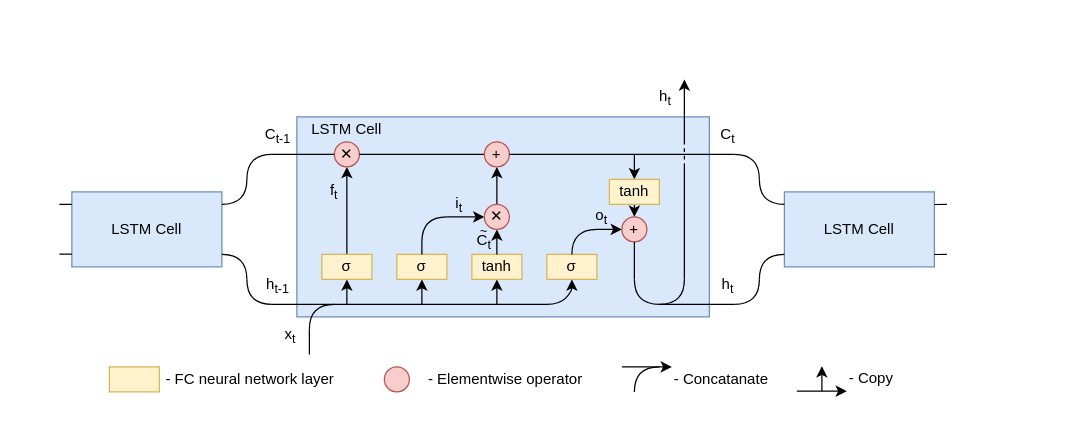
Before: text/Figures/solution/LSTM_diagram.drawio in PavelMandrla/diplomova_prace, a draw.io diagram. Source tidied: cells renumbered, new cells numbered last; positions are measured from the earlier drawing's top-left corner, leaving out a move shared by most shapes. Both pictures are drawn from the tidied source at 125%, with x=0, y=0 at pixel (59, 79).
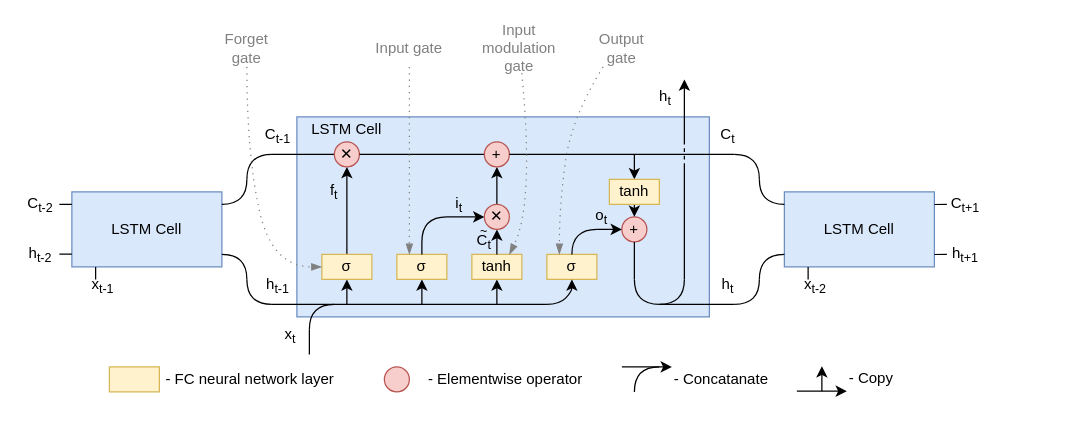
The same page after the edit.

Unchanged cells that the change refers to:
```xml
<mxCell id="6" value="σ" style="rounded=0;whiteSpace=wrap;html=1;fillColor=#fff2cc;strokeColor=#d6b656;" parent="1" vertex="1">
  <mxGeometry x="210" y="140" width="40" height="20" as="geometry" />
</mxCell>
<mxCell id="8" value="σ" style="rounded=0;whiteSpace=wrap;html=1;fillColor=#fff2cc;strokeColor=#d6b656;" parent="1" vertex="1">
  <mxGeometry x="270" y="140" width="40" height="20" as="geometry" />
</mxCell>
<mxCell id="10" value="tanh" style="rounded=0;whiteSpace=wrap;html=1;fillColor=#fff2cc;strokeColor=#d6b656;" parent="1" vertex="1">
  <mxGeometry x="330" y="140" width="40" height="20" as="geometry" />
</mxCell>
<mxCell id="19" value="σ" style="rounded=0;whiteSpace=wrap;html=1;fillColor=#fff2cc;strokeColor=#d6b656;" parent="1" vertex="1">
  <mxGeometry x="390" y="140" width="40" height="20" as="geometry" />
</mxCell>
```

Diff of the diagram source:
```diff
@@
     <mxCell id="64" value="- Concatanate" style="text;html=1;strokeColor=none;fillColor=none;align=left;verticalAlign=middle;whiteSpace=wrap;rounded=0;" parent="1" vertex="1">
-      <mxGeometry x="490" y="230" width="170" height="20" as="geometry" />
+      <mxGeometry x="490" y="230" width="90" height="20" as="geometry" />
     </mxCell>
@@
     <mxCell id="67" value="- Copy" style="text;html=1;strokeColor=none;fillColor=none;align=left;verticalAlign=middle;whiteSpace=wrap;rounded=0;" parent="1" vertex="1">
-      <mxGeometry x="630" y="229.4" width="170" height="20" as="geometry" />
+      <mxGeometry x="630" y="229.4" width="50" height="20" as="geometry" />
     </mxCell>
@@
+    <mxCell id="75" value="&lt;div&gt;x&lt;sub&gt;t-1&lt;/sub&gt;&lt;/div&gt;" style="text;html=1;strokeColor=none;fillColor=none;align=center;verticalAlign=middle;whiteSpace=wrap;rounded=0;" parent="1" vertex="1">
+      <mxGeometry x="20" y="155" width="30" height="20" as="geometry" />
+    </mxCell>
+    <mxCell id="76" style="endArrow=none;html=1;rounded=0;" parent="1" edge="1">
+      <mxGeometry relative="1" as="geometry">
+        <mxPoint x="29" y="160" as="sourcePoint" />
+        <mxPoint x="29" y="150" as="targetPoint" />
+      </mxGeometry>
+    </mxCell>
+    <mxCell id="77" value="&lt;div&gt;h&lt;sub&gt;t+1&lt;/sub&gt;&lt;/div&gt;" style="text;html=1;strokeColor=none;fillColor=none;align=center;verticalAlign=middle;whiteSpace=wrap;rounded=0;" parent="1" vertex="1">
+      <mxGeometry x="710" y="125" width="30" height="30" as="geometry" />
+    </mxCell>
+    <mxCell id="78" value="C&lt;sub&gt;t+1&lt;/sub&gt;" style="text;html=1;strokeColor=none;fillColor=none;align=center;verticalAlign=middle;whiteSpace=wrap;rounded=0;" parent="1" vertex="1">
+      <mxGeometry x="710" y="85" width="30" height="30" as="geometry" />
+    </mxCell>
+    <mxCell id="79" value="&lt;div&gt;x&lt;sub&gt;t-2&lt;/sub&gt;&lt;/div&gt;" style="text;html=1;strokeColor=none;fillColor=none;align=center;verticalAlign=middle;whiteSpace=wrap;rounded=0;" parent="1" vertex="1">
+      <mxGeometry x="590" y="155" width="30" height="20" as="geometry" />
+    </mxCell>
+    <mxCell id="80" style="endArrow=none;html=1;rounded=0;" parent="1" edge="1">
+      <mxGeometry relative="1" as="geometry">
+        <mxPoint x="599" y="160" as="sourcePoint" />
+        <mxPoint x="599" y="150" as="targetPoint" />
+      </mxGeometry>
+    </mxCell>
+    <mxCell id="81" value="Forget gate" style="text;html=1;strokeColor=none;fillColor=none;align=center;verticalAlign=middle;whiteSpace=wrap;rounded=0;fontColor=#808080;" parent="1" vertex="1">
+      <mxGeometry x="120" y="-40" width="60" height="30" as="geometry" />
+    </mxCell>
+    <mxCell id="82" style="curved=1;endArrow=blockThin;html=1;rounded=0;exitX=0.5;exitY=1;exitDx=0;exitDy=0;entryX=0;entryY=0.5;entryDx=0;entryDy=0;dashed=1;dashPattern=1 4;endFill=1;fontColor=#808080;strokeColor=#808080;" parent="1" edge="1" source="81" target="6">
+      <mxGeometry relative="1" as="geometry">
+        <Array as="points">
+          <mxPoint x="150" y="60" />
+          <mxPoint x="170" y="150" />
+        </Array>
+      </mxGeometry>
+    </mxCell>
+    <mxCell id="83" value="&lt;font color=&quot;#808080&quot;&gt;Input gate&lt;/font&gt;" style="text;html=1;strokeColor=none;fillColor=none;align=center;verticalAlign=middle;whiteSpace=wrap;rounded=0;" parent="1" vertex="1">
+      <mxGeometry x="250" y="-40" width="60" height="30" as="geometry" />
+    </mxCell>
+    <mxCell id="84" style="endArrow=blockThin;html=1;rounded=0;dashed=1;dashPattern=1 4;exitX=0.5;exitY=1;exitDx=0;exitDy=0;entryX=0.25;entryY=0;entryDx=0;entryDy=0;endFill=1;strokeColor=#808080;" parent="1" edge="1" source="83" target="8">
+      <mxGeometry relative="1" as="geometry" />
+    </mxCell>
+    <mxCell id="85" value="&lt;font color=&quot;#808080&quot;&gt;Input modulation gate&lt;/font&gt;" style="text;html=1;strokeColor=none;fillColor=none;align=center;verticalAlign=middle;whiteSpace=wrap;rounded=0;" parent="1" vertex="1">
+      <mxGeometry x="330" y="-45" width="76" height="40" as="geometry" />
+    </mxCell>
+    <mxCell id="86" style="curved=1;endArrow=blockThin;html=1;rounded=0;dashed=1;dashPattern=1 4;entryX=0.75;entryY=0;entryDx=0;entryDy=0;endFill=1;strokeColor=#808080;" parent="1" edge="1" source="85" target="10">
+      <mxGeometry relative="1" as="geometry">
+        <Array as="points">
+          <mxPoint x="380" y="100" />
+        </Array>
+      </mxGeometry>
+    </mxCell>
+    <mxCell id="87" value="&lt;font color=&quot;#808080&quot;&gt;Output gate&lt;/font&gt;" style="text;html=1;strokeColor=none;fillColor=none;align=center;verticalAlign=middle;whiteSpace=wrap;rounded=0;" parent="1" vertex="1">
+      <mxGeometry x="420" y="-40" width="60" height="30" as="geometry" />
+    </mxCell>
+    <mxCell id="88" style="curved=1;endArrow=blockThin;html=1;rounded=0;dashed=1;dashPattern=1 4;exitX=0.25;exitY=1;exitDx=0;exitDy=0;entryX=0.25;entryY=0;entryDx=0;entryDy=0;endFill=1;strokeColor=#808080;" parent="1" edge="1" source="87" target="19">
+      <mxGeometry relative="1" as="geometry">
+        <Array as="points">
+          <mxPoint x="410" y="30" />
+          <mxPoint x="400" y="100" />
+        </Array>
+      </mxGeometry>
+    </mxCell>
+    <mxCell id="89" value="&lt;div&gt;h&lt;sub&gt;t-2&lt;/sub&gt;&lt;/div&gt;" style="text;html=1;strokeColor=none;fillColor=none;align=center;verticalAlign=middle;whiteSpace=wrap;rounded=0;" parent="1" vertex="1">
+      <mxGeometry x="-30" y="125" width="30" height="30" as="geometry" />
+    </mxCell>
+    <mxCell id="90" value="C&lt;sub&gt;t-2&lt;/sub&gt;" style="text;html=1;strokeColor=none;fillColor=none;align=center;verticalAlign=middle;whiteSpace=wrap;rounded=0;" parent="1" vertex="1">
+      <mxGeometry x="-30" y="85" width="30" height="30" as="geometry" />
+    </mxCell>
```
